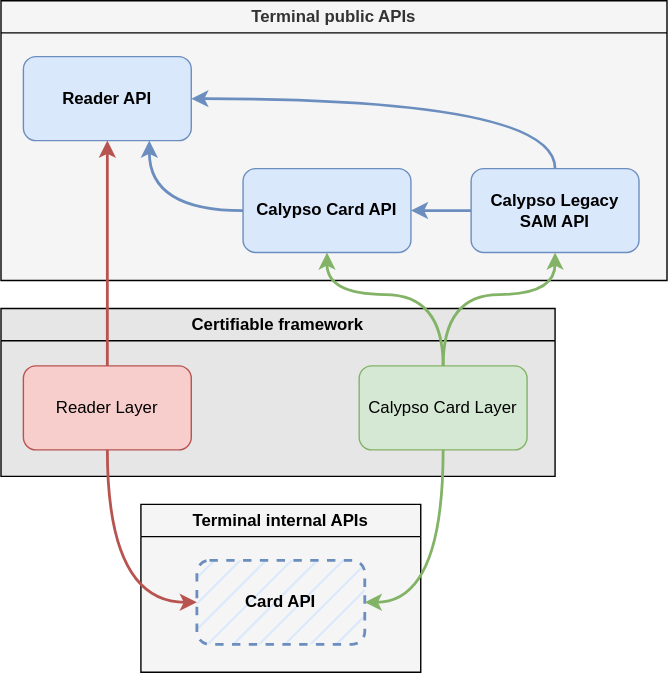
The draw.io diagram static/media/uml/apis_dependencies_overview.drawio.svg in eclipse-keypop/keypop-website, before a commit. Source tidied: cells renumbered, new cells last; positions are measured from the earlier drawing's top-left corner, leaving out a move shared by most shapes.
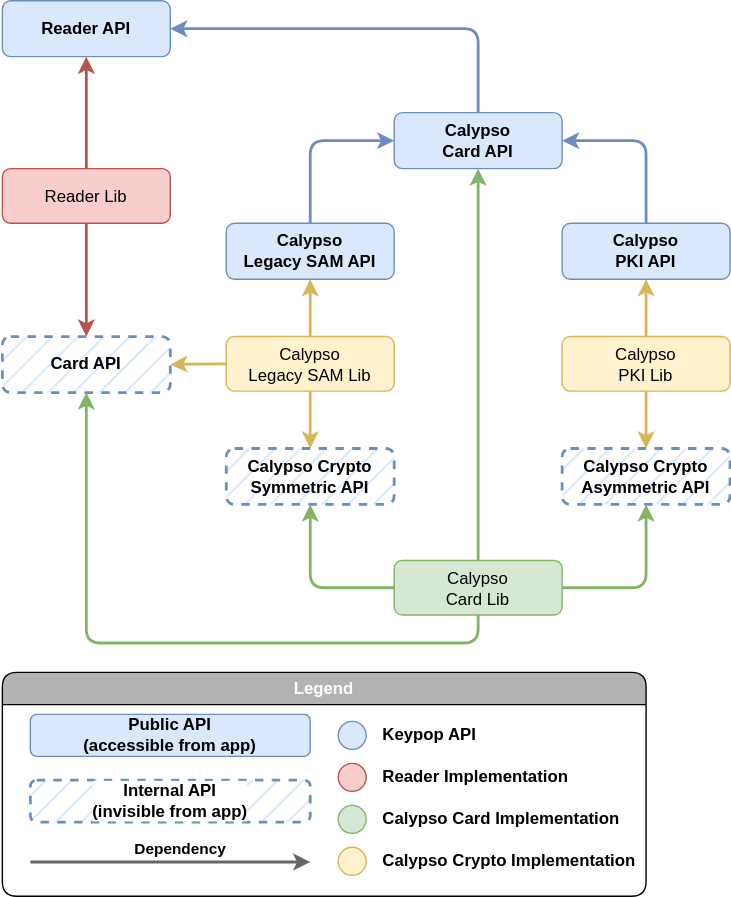
The same diagram one commit later.

Change to the diagram source:
```diff
@@ -1,67 +1,125 @@
 <mxGraphModel>
   <root>
-    <mxCell id="0" />
-    <mxCell id="1" parent="0" />
-    <mxCell id="2" value="Terminal public APIs" style="swimlane;whiteSpace=wrap;html=1;fillColor=#f5f5f5;fontColor=#333333;strokeColor=#000000;fillStyle=auto;swimlaneFillColor=#F5F5F5;" parent="1" vertex="1">
-      <mxGeometry width="476" height="200" as="geometry" />
-    </mxCell>
+    <mxCell id="19" />
+    <mxCell id="20" parent="19" />
+    <mxCell id="21" style="edgeStyle=orthogonalEdgeStyle;jettySize=auto;html=1;entryX=0.5;entryY=0;entryDx=0;entryDy=0;fillColor=#f8cecc;strokeColor=#b85450;strokeWidth=2;exitX=0.5;exitY=1;exitDx=0;exitDy=0;" parent="20" edge="1" source="33" target="10">
+      <mxGeometry relative="1" as="geometry" />
+    </mxCell>
+    <mxCell id="22" style="edgeStyle=orthogonalEdgeStyle;jettySize=auto;html=1;entryX=0.5;entryY=1;entryDx=0;entryDy=0;exitX=0.5;exitY=1;exitDx=0;exitDy=0;fillColor=#d5e8d4;strokeColor=#82b366;strokeWidth=2;" parent="20" edge="1" source="34" target="10">
+      <mxGeometry relative="1" as="geometry" />
+    </mxCell>
+    <mxCell id="23" style="edgeStyle=orthogonalEdgeStyle;rounded=0;jettySize=auto;html=1;entryX=0.5;entryY=1;entryDx=0;entryDy=0;exitX=0.5;exitY=0;exitDx=0;exitDy=0;fillColor=#f8cecc;strokeColor=#b85450;strokeWidth=2;" parent="20" edge="1" source="33" target="3">
+      <mxGeometry relative="1" as="geometry" />
+    </mxCell>
+    <mxCell id="24" style="edgeStyle=orthogonalEdgeStyle;rounded=1;jettySize=auto;html=1;entryX=0.5;entryY=1;entryDx=0;entryDy=0;fillColor=#d5e8d4;strokeColor=#82b366;strokeWidth=2;" parent="20" edge="1" source="34" target="8">
+      <mxGeometry relative="1" as="geometry" />
+    </mxCell>
+    <mxCell id="25" style="edgeStyle=orthogonalEdgeStyle;rounded=1;jettySize=auto;html=1;entryX=0.5;entryY=1;entryDx=0;entryDy=0;fillColor=#fff2cc;strokeColor=#d6b656;strokeWidth=2;exitX=0.5;exitY=0;exitDx=0;exitDy=0;" parent="20" edge="1" source="35" target="6">
+      <mxGeometry relative="1" as="geometry" />
+    </mxCell>
+    <mxCell id="26" style="edgeStyle=orthogonalEdgeStyle;rounded=1;jettySize=auto;html=1;entryX=0.5;entryY=0;entryDx=0;entryDy=0;fillColor=#fff2cc;strokeColor=#d6b656;strokeWidth=2;exitX=0.5;exitY=1;exitDx=0;exitDy=0;" parent="20" edge="1" source="35" target="37">
+      <mxGeometry relative="1" as="geometry" />
+    </mxCell>
+    <mxCell id="27" style="edgeStyle=orthogonalEdgeStyle;jettySize=auto;html=1;entryX=0.5;entryY=1;entryDx=0;entryDy=0;exitX=0;exitY=0.5;exitDx=0;exitDy=0;fillColor=#d5e8d4;strokeColor=#82b366;strokeWidth=2;" parent="20" edge="1" source="34" target="37">
+      <mxGeometry relative="1" as="geometry" />
+    </mxCell>
+    <mxCell id="28" style="edgeStyle=orthogonalEdgeStyle;rounded=1;jettySize=auto;html=1;entryX=0.5;entryY=1;entryDx=0;entryDy=0;fillColor=#fff2cc;strokeColor=#d6b656;strokeWidth=2;exitX=0.5;exitY=0;exitDx=0;exitDy=0;" parent="20" edge="1" source="36" target="32">
+      <mxGeometry relative="1" as="geometry" />
+    </mxCell>
+    <mxCell id="29" style="edgeStyle=orthogonalEdgeStyle;rounded=1;jettySize=auto;html=1;entryX=0.5;entryY=0;entryDx=0;entryDy=0;fillColor=#fff2cc;strokeColor=#d6b656;strokeWidth=2;exitX=0.5;exitY=1;exitDx=0;exitDy=0;" parent="20" edge="1" source="36" target="38">
+      <mxGeometry relative="1" as="geometry" />
+    </mxCell>
+    <mxCell id="30" style="edgeStyle=orthogonalEdgeStyle;jettySize=auto;html=1;entryX=0.5;entryY=1;entryDx=0;entryDy=0;exitX=1;exitY=0.5;exitDx=0;exitDy=0;fillColor=#d5e8d4;strokeColor=#82b366;strokeWidth=2;jumpStyle=arc;" parent="20" edge="1" source="34" target="38">
+      <mxGeometry relative="1" as="geometry" />
+    </mxCell>
+    <mxCell id="31" style="edgeStyle=orthogonalEdgeStyle;rounded=1;jettySize=auto;html=1;entryX=1;entryY=0.5;entryDx=0;entryDy=0;fillColor=#fff2cc;strokeColor=#d6b656;strokeWidth=2;exitX=0;exitY=0.5;exitDx=0;exitDy=0;jumpStyle=arc;" parent="20" edge="1" source="35" target="10">
+      <mxGeometry relative="1" as="geometry" />
+    </mxCell>
-    <mxCell id="3" value="Reader API" style="rounded=1;whiteSpace=wrap;html=1;fillColor=#dae8fc;strokeColor=#6c8ebf;fontStyle=1;" parent="2" vertex="1">
-      <mxGeometry x="16" y="40" width="120" height="60" as="geometry" />
+    <mxCell id="3" value="Reader API" style="rounded=1;whiteSpace=wrap;html=1;fillColor=#dae8fc;strokeColor=#6c8ebf;fontStyle=1;" parent="20" vertex="1">
+      <mxGeometry width="120" height="40" as="geometry" />
     </mxCell>
+    <mxCell id="8" value="Calypso&lt;br&gt;Card API" style="rounded=1;whiteSpace=wrap;html=1;fillColor=#dae8fc;strokeColor=#6c8ebf;fontStyle=1;" parent="20" vertex="1">
+      <mxGeometry x="280" y="80" width="120" height="40" as="geometry" />
+    </mxCell>
+    <mxCell id="6" value="Calypso&lt;br&gt;Legacy SAM API" style="rounded=1;whiteSpace=wrap;html=1;fillColor=#dae8fc;strokeColor=#6c8ebf;fontStyle=1;" parent="20" vertex="1">
+      <mxGeometry x="160" y="159" width="120" height="40" as="geometry" />
+    </mxCell>
+    <mxCell id="32" value="Calypso&lt;br&gt;PKI API" style="rounded=1;whiteSpace=wrap;html=1;fillColor=#dae8fc;strokeColor=#6c8ebf;fontStyle=1;" parent="20" vertex="1">
+      <mxGeometry x="400" y="159" width="120" height="40" as="geometry" />
+    </mxCell>
+    <mxCell id="33" value="Reader Lib" style="rounded=1;whiteSpace=wrap;html=1;fillColor=#f8cecc;strokeColor=#b85450;" parent="20" vertex="1">
+      <mxGeometry y="120" width="120" height="39" as="geometry" />
+    </mxCell>
+    <mxCell id="34" value="Calypso&lt;br&gt;Card Lib" style="rounded=1;whiteSpace=wrap;html=1;fillColor=#d5e8d4;strokeColor=#82b366;" parent="20" vertex="1">
+      <mxGeometry x="280" y="400" width="120" height="39" as="geometry" />
+    </mxCell>
+    <mxCell id="35" value="Calypso&lt;br&gt;Legacy SAM Lib" style="rounded=1;whiteSpace=wrap;html=1;fillColor=#fff2cc;strokeColor=#d6b656;" parent="20" vertex="1">
+      <mxGeometry x="160" y="240" width="120" height="39" as="geometry" />
+    </mxCell>
+    <mxCell id="36" value="Calypso&lt;br&gt;PKI Lib" style="rounded=1;whiteSpace=wrap;html=1;fillColor=#fff2cc;strokeColor=#d6b656;" parent="20" vertex="1">
+      <mxGeometry x="400" y="240" width="120" height="39" as="geometry" />
+    </mxCell>
+    <mxCell id="10" value="Card API" style="rounded=1;whiteSpace=wrap;html=1;fillColor=#dae8fc;strokeColor=#6c8ebf;fontStyle=1;dashed=1;strokeWidth=2;fillStyle=hatch;" parent="20" vertex="1">
+      <mxGeometry y="240" width="120" height="40" as="geometry" />
+    </mxCell>
+    <mxCell id="37" value="Calypso Crypto Symmetric API" style="rounded=1;whiteSpace=wrap;html=1;fillColor=#dae8fc;strokeColor=#6c8ebf;fontStyle=1;dashed=1;strokeWidth=2;fillStyle=hatch;" parent="20" vertex="1">
+      <mxGeometry x="160" y="320" width="120" height="40" as="geometry" />
+    </mxCell>
+    <mxCell id="38" value="Calypso Crypto Asymmetric API" style="rounded=1;whiteSpace=wrap;html=1;fillColor=#dae8fc;strokeColor=#6c8ebf;fontStyle=1;dashed=1;strokeWidth=2;fillStyle=hatch;" parent="20" vertex="1">
+      <mxGeometry x="400" y="320" width="120" height="40" as="geometry" />
+    </mxCell>
+    <mxCell id="7" style="edgeStyle=orthogonalEdgeStyle;jettySize=auto;html=1;entryX=1;entryY=0.5;entryDx=0;entryDy=0;fillColor=#dae8fc;strokeColor=#6c8ebf;strokeWidth=2;exitX=0.5;exitY=0;exitDx=0;exitDy=0;" parent="20" edge="1" source="8" target="3">
+      <mxGeometry relative="1" as="geometry" />
+    </mxCell>
-    <mxCell id="4" style="edgeStyle=orthogonalEdgeStyle;rounded=0;jettySize=auto;html=1;exitX=0;exitY=0.5;exitDx=0;exitDy=0;entryX=1;entryY=0.5;entryDx=0;entryDy=0;fillColor=#dae8fc;strokeColor=#6c8ebf;strokeWidth=2;" parent="2" edge="1" source="6" target="8">
+    <mxCell id="4" style="edgeStyle=orthogonalEdgeStyle;rounded=1;jettySize=auto;html=1;exitX=0.5;exitY=0;exitDx=0;exitDy=0;entryX=0;entryY=0.5;entryDx=0;entryDy=0;fillColor=#dae8fc;strokeColor=#6c8ebf;strokeWidth=2;" parent="20" edge="1" source="6" target="8">
       <mxGeometry relative="1" as="geometry" />
     </mxCell>
-    <mxCell id="5" style="edgeStyle=orthogonalEdgeStyle;jettySize=auto;html=1;entryX=1;entryY=0.5;entryDx=0;entryDy=0;exitX=0.5;exitY=0;exitDx=0;exitDy=0;curved=1;fillColor=#dae8fc;strokeColor=#6c8ebf;strokeWidth=2;" parent="2" edge="1" source="6" target="3">
-      <mxGeometry relative="1" as="geometry" />
-    </mxCell>
-    <mxCell id="6" value="Calypso Legacy SAM API" style="rounded=1;whiteSpace=wrap;html=1;fillColor=#dae8fc;strokeColor=#6c8ebf;fontStyle=1;" parent="2" vertex="1">
-      <mxGeometry x="336" y="120" width="120" height="60" as="geometry" />
-    </mxCell>
-    <mxCell id="7" style="edgeStyle=orthogonalEdgeStyle;jettySize=auto;html=1;entryX=0.75;entryY=1;entryDx=0;entryDy=0;curved=1;fillColor=#dae8fc;strokeColor=#6c8ebf;strokeWidth=2;" parent="2" edge="1" source="8" target="3">
-      <mxGeometry relative="1" as="geometry" />
-    </mxCell>
-    <mxCell id="8" value="Calypso Card API" style="rounded=1;whiteSpace=wrap;html=1;fillColor=#dae8fc;strokeColor=#6c8ebf;fontStyle=1;" parent="2" vertex="1">
-      <mxGeometry x="173" y="120" width="120" height="60" as="geometry" />
-    </mxCell>
-    <mxCell id="9" value="Terminal internal APIs" style="swimlane;whiteSpace=wrap;html=1;fillColor=#F5F5F5;swimlaneFillColor=#F5F5F5;" parent="1" vertex="1">
-      <mxGeometry x="100" y="360" width="200" height="120" as="geometry" />
-    </mxCell>
-    <mxCell id="10" value="Card API" style="rounded=1;whiteSpace=wrap;html=1;fillColor=#dae8fc;strokeColor=#6c8ebf;fontStyle=1;dashed=1;strokeWidth=2;fillStyle=hatch;" parent="9" vertex="1">
-      <mxGeometry x="40" y="40" width="120" height="60" as="geometry" />
-    </mxCell>
-    <mxCell id="11" value="Certifiable framework" style="swimlane;whiteSpace=wrap;html=1;fillColor=#E6E6E6;swimlaneFillColor=#E6E6E6;" parent="1" vertex="1">
-      <mxGeometry y="220" width="396" height="120" as="geometry" />
-    </mxCell>
-    <mxCell id="12" value="Reader Layer" style="rounded=1;whiteSpace=wrap;html=1;fillColor=#f8cecc;strokeColor=#b85450;" parent="11" vertex="1">
-      <mxGeometry x="16" y="41" width="120" height="60" as="geometry" />
-    </mxCell>
-    <mxCell id="13" value="Calypso Card Layer" style="rounded=1;whiteSpace=wrap;html=1;fillColor=#d5e8d4;strokeColor=#82b366;" parent="11" vertex="1">
-      <mxGeometry x="256" y="41" width="120" height="60" as="geometry" />
-    </mxCell>
-    <mxCell id="14" style="edgeStyle=orthogonalEdgeStyle;jettySize=auto;html=1;entryX=0;entryY=0.5;entryDx=0;entryDy=0;curved=1;fillColor=#f8cecc;strokeColor=#b85450;strokeWidth=2;exitX=0.5;exitY=1;exitDx=0;exitDy=0;" parent="1" edge="1" source="12" target="10">
-      <mxGeometry relative="1" as="geometry" />
-    </mxCell>
-    <mxCell id="15" style="edgeStyle=orthogonalEdgeStyle;jettySize=auto;html=1;entryX=1;entryY=0.5;entryDx=0;entryDy=0;exitX=0.5;exitY=1;exitDx=0;exitDy=0;curved=1;fillColor=#d5e8d4;strokeColor=#82b366;strokeWidth=2;" parent="1" edge="1" source="13" target="10">
-      <mxGeometry relative="1" as="geometry" />
-    </mxCell>
-    <mxCell id="16" style="edgeStyle=orthogonalEdgeStyle;rounded=0;jettySize=auto;html=1;entryX=0.5;entryY=1;entryDx=0;entryDy=0;exitX=0.5;exitY=0;exitDx=0;exitDy=0;fillColor=#f8cecc;strokeColor=#b85450;strokeWidth=2;" parent="1" edge="1" source="12" target="3">
-      <mxGeometry relative="1" as="geometry" />
-    </mxCell>
-    <mxCell id="17" style="edgeStyle=orthogonalEdgeStyle;rounded=0;jettySize=auto;html=1;entryX=0.5;entryY=1;entryDx=0;entryDy=0;fillColor=#d5e8d4;strokeColor=#82b366;strokeWidth=2;curved=1;" parent="1" edge="1" source="13" target="8">
-      <mxGeometry relative="1" as="geometry">
-        <Array as="points">
-          <mxPoint x="316" y="210" />
-          <mxPoint x="233" y="210" />
-        </Array>
-      </mxGeometry>
-    </mxCell>
-    <mxCell id="18" style="edgeStyle=orthogonalEdgeStyle;jettySize=auto;html=1;entryX=0.5;entryY=1;entryDx=0;entryDy=0;exitX=0.5;exitY=0;exitDx=0;exitDy=0;curved=1;fillColor=#d5e8d4;strokeColor=#82b366;strokeWidth=2;" parent="1" edge="1" source="13" target="6">
-      <mxGeometry relative="1" as="geometry">
-        <Array as="points">
-          <mxPoint x="316" y="210" />
-          <mxPoint x="396" y="210" />
-        </Array>
-      </mxGeometry>
-    </mxCell>
+    <mxCell id="39" style="edgeStyle=orthogonalEdgeStyle;jettySize=auto;html=1;entryX=1;entryY=0.5;entryDx=0;entryDy=0;exitX=0.5;exitY=0;exitDx=0;exitDy=0;fillColor=#dae8fc;strokeColor=#6c8ebf;strokeWidth=2;" parent="20" edge="1" source="32" target="8">
+      <mxGeometry relative="1" as="geometry" />
+    </mxCell>
+    <mxCell id="40" value="Legend" style="swimlane;whiteSpace=wrap;html=1;shadow=0;glass=0;labelBackgroundColor=#B3B3B3;fillStyle=auto;strokeWidth=1;fillColor=#B3B3B3;gradientColor=none;rounded=1;swimlaneFillColor=none;swimlaneLine=1;fontColor=#FFFFFF;" parent="20" vertex="1">
+      <mxGeometry y="480" width="460" height="160" as="geometry" />
+    </mxCell>
+    <mxCell id="41" style="endArrow=classic;html=1;strokeWidth=2;curved=1;strokeColor=#666666;" parent="40" edge="1">
+      <mxGeometry relative="1" as="geometry">
+        <mxPoint x="20" y="135.5" as="sourcePoint" />
+        <mxPoint x="220" y="135.5" as="targetPoint" />
+      </mxGeometry>
+    </mxCell>
+    <mxCell id="42" value="&amp;nbsp;Dependency&amp;nbsp;" style="edgeLabel;html=1;align=center;verticalAlign=middle;fontStyle=1;" parent="41" vertex="1">
+      <mxGeometry x="-0.1" y="1" relative="1" as="geometry">
+        <mxPoint x="15" y="-9" as="offset" />
+      </mxGeometry>
+    </mxCell>
+    <mxCell id="43" value="Public API&lt;br&gt;(accessible from app)" style="rounded=1;whiteSpace=wrap;html=1;fillColor=#dae8fc;strokeColor=#6c8ebf;fontStyle=1;strokeWidth=1;fillStyle=auto;labelBackgroundColor=none;" parent="40" vertex="1">
+      <mxGeometry x="20" y="30" width="200" height="30" as="geometry" />
+    </mxCell>
+    <mxCell id="44" value="Internal API&lt;br&gt;(invisible from app)" style="rounded=1;whiteSpace=wrap;html=1;fillColor=#dae8fc;strokeColor=#6c8ebf;fontStyle=1;strokeWidth=2;fillStyle=hatch;dashed=1;labelBackgroundColor=default;" parent="40" vertex="1">
+      <mxGeometry x="20" y="77" width="200" height="30" as="geometry" />
+    </mxCell>
+    <mxCell id="45" style="ellipse;whiteSpace=wrap;html=1;fillColor=#dae8fc;strokeColor=#6c8ebf;strokeWidth=1;" parent="40" vertex="1">
+      <mxGeometry x="240" y="35" width="20" height="20" as="geometry" />
+    </mxCell>
+    <mxCell id="46" value="Keypop API" style="text;html=1;strokeColor=none;fillColor=none;align=left;verticalAlign=middle;whiteSpace=wrap;rounded=0;strokeWidth=1;fontStyle=1;" parent="40" vertex="1">
+      <mxGeometry x="270" y="30" width="180" height="30" as="geometry" />
+    </mxCell>
+    <mxCell id="47" style="ellipse;whiteSpace=wrap;html=1;fillColor=#f8cecc;strokeColor=#b85450;strokeWidth=1;" parent="40" vertex="1">
+      <mxGeometry x="240" y="65" width="20" height="20" as="geometry" />
+    </mxCell>
+    <mxCell id="48" value="Reader Implementation" style="text;html=1;strokeColor=none;fillColor=none;align=left;verticalAlign=middle;whiteSpace=wrap;rounded=0;strokeWidth=1;fontStyle=1;" parent="40" vertex="1">
+      <mxGeometry x="270" y="60" width="180" height="30" as="geometry" />
+    </mxCell>
+    <mxCell id="49" style="ellipse;whiteSpace=wrap;html=1;fillColor=#d5e8d4;strokeColor=#82b366;strokeWidth=1;" parent="40" vertex="1">
+      <mxGeometry x="240" y="95" width="20" height="20" as="geometry" />
+    </mxCell>
+    <mxCell id="50" value="Calypso Card Implementation" style="text;html=1;strokeColor=none;fillColor=none;align=left;verticalAlign=middle;whiteSpace=wrap;rounded=0;strokeWidth=1;fontStyle=1;" parent="40" vertex="1">
+      <mxGeometry x="270" y="90" width="180" height="30" as="geometry" />
+    </mxCell>
+    <mxCell id="51" style="ellipse;whiteSpace=wrap;html=1;fillColor=#fff2cc;strokeColor=#d6b656;strokeWidth=1;" parent="40" vertex="1">
+      <mxGeometry x="240" y="125" width="20" height="20" as="geometry" />
+    </mxCell>
+    <mxCell id="52" value="Calypso Crypto Implementation" style="text;html=1;strokeColor=none;fillColor=none;align=left;verticalAlign=middle;whiteSpace=wrap;rounded=0;strokeWidth=1;fontStyle=1;" parent="40" vertex="1">
+      <mxGeometry x="270" y="120" width="190" height="30" as="geometry" />
+    </mxCell>
   </root>
 </mxGraphModel>
```
